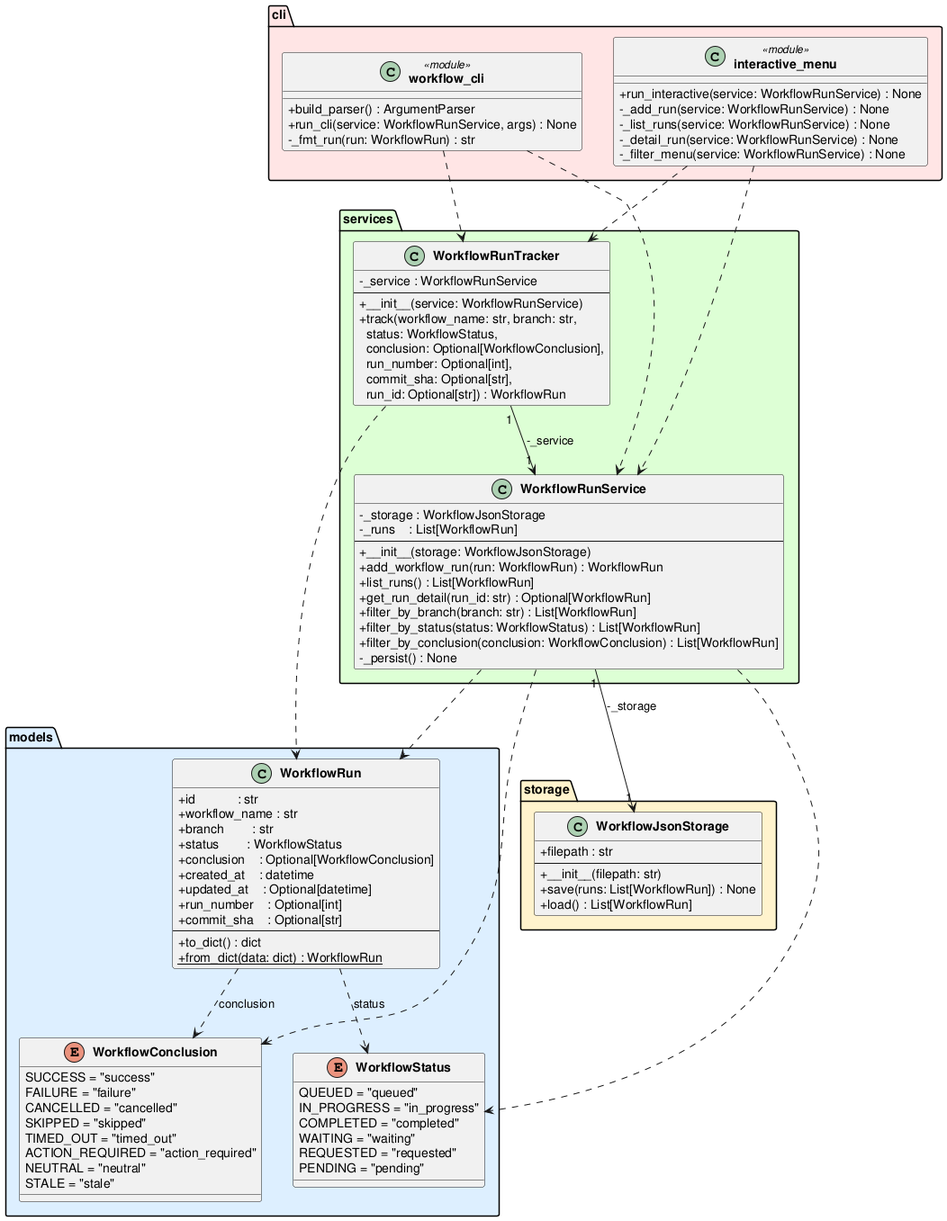
Earlier version of the PlantUML export experiments/supervisor_as_tools/test_driven/github-workflow-manager/artifacts/class_diagram.png (DanielRiha8906/Software_autoevolution_using_agents).
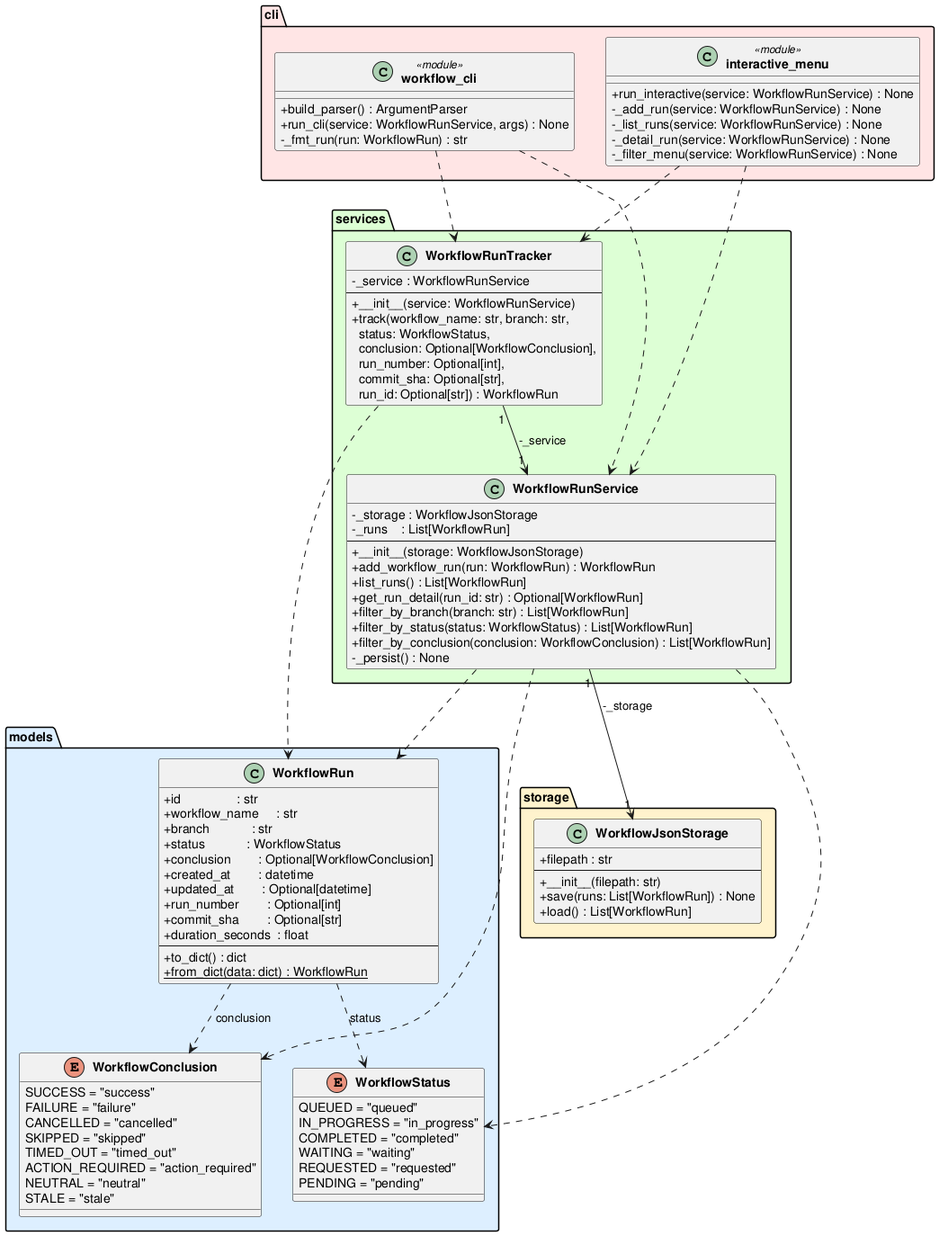
Later version of the same file.

What changed in the source:
```diff
@@ -25,15 +25,16 @@
     }
 
     class WorkflowRun {
-        +id            : str
-        +workflow_name : str
-        +branch        : str
-        +status        : WorkflowStatus
-        +conclusion    : Optional[WorkflowConclusion]
-        +created_at    : datetime
-        +updated_at    : Optional[datetime]
-        +run_number    : Optional[int]
-        +commit_sha    : Optional[str]
+        +id                : str
+        +workflow_name     : str
+        +branch            : str
+        +status            : WorkflowStatus
+        +conclusion        : Optional[WorkflowConclusion]
+        +created_at        : datetime
+        +updated_at        : Optional[datetime]
+        +run_number        : Optional[int]
+        +commit_sha        : Optional[str]
+        +duration_seconds  : float
         --
         +to_dict() : dict
         +{static} from_dict(data: dict) : WorkflowRun
```
